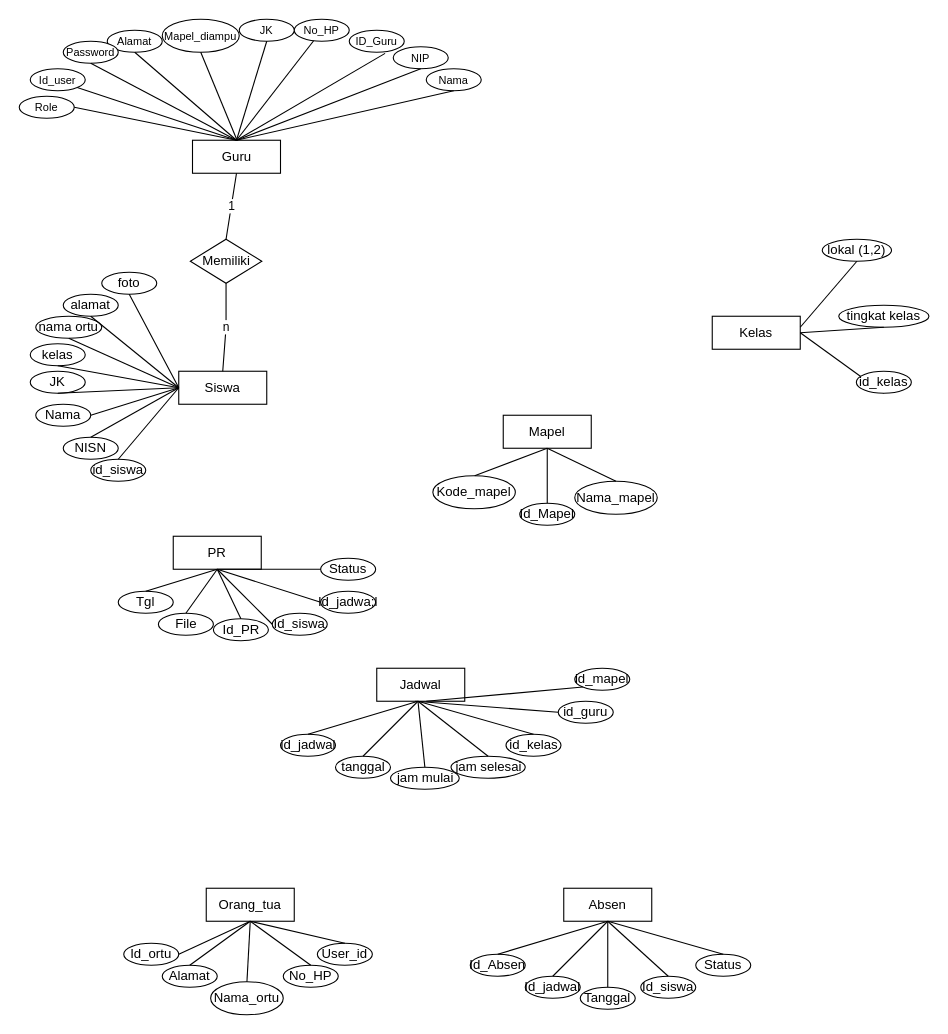
Above: page "erd" (1 of 2) of Diagram Tanpa Judul.drawio in bayudani/diagram (draw.io), before the change. Source tidied: cells renumbered, new cells numbered last; positions are measured from the earlier drawing's top-left corner, leaving out a move shared by most shapes. Both pictures are drawn from the tidied source at 110%, with x=0, y=0 at pixel (19, 19).
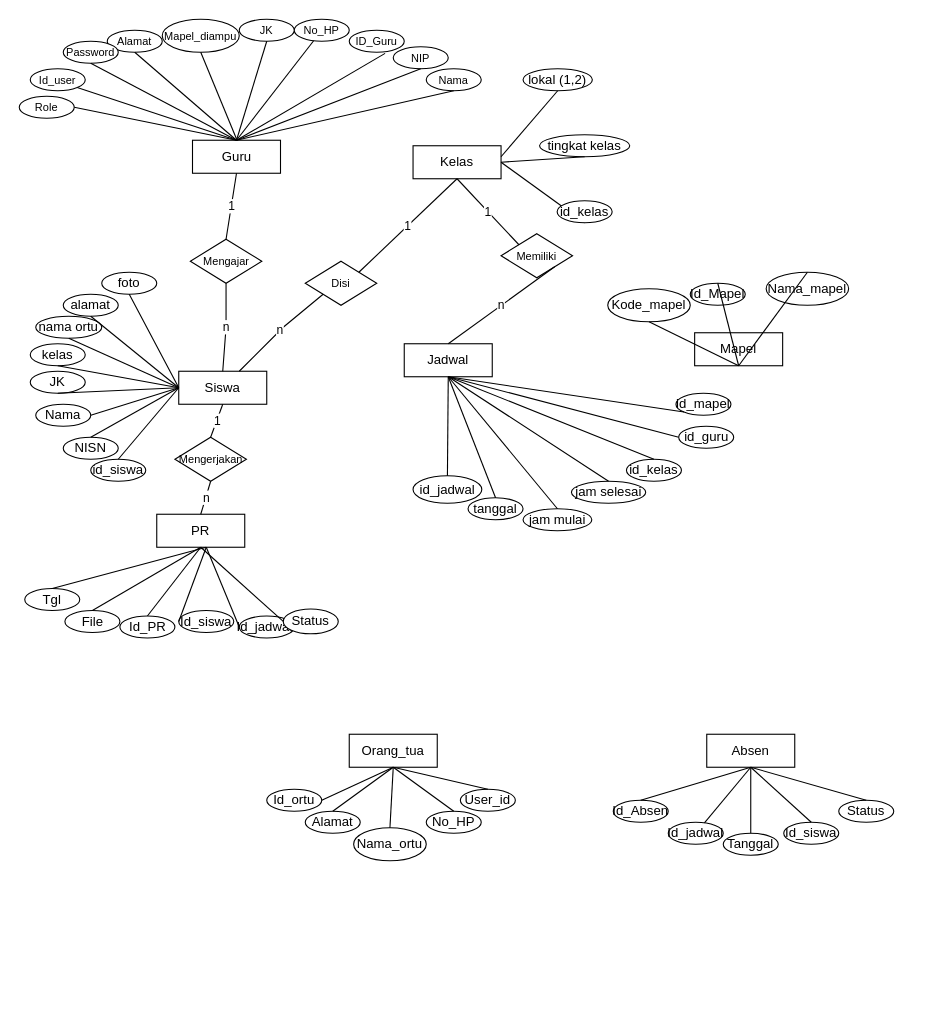
Above is the later version.

Unchanged cells that the change refers to:
```xml
<mxCell id="2" value="Siswa" style="rounded=0;whiteSpace=wrap;html=1;" parent="1" vertex="1">
  <mxGeometry x="145" y="320" width="80" height="30" as="geometry" />
</mxCell>
```

The edit, as a diff of the source:
```diff
@@
     <mxCell id="4" value="Orang_tua" style="rounded=0;whiteSpace=wrap;html=1;" parent="1" vertex="1">
-      <mxGeometry x="170" y="790" width="80" height="30" as="geometry" />
+      <mxGeometry x="300" y="650" width="80" height="30" as="geometry" />
     </mxCell>
     <mxCell id="5" value="Jadwal" style="rounded=0;whiteSpace=wrap;html=1;" parent="1" vertex="1">
-      <mxGeometry x="325" y="590" width="80" height="30" as="geometry" />
+      <mxGeometry x="350" y="295" width="80" height="30" as="geometry" />
     </mxCell>
     <mxCell id="6" value="Kelas" style="rounded=0;whiteSpace=wrap;html=1;" parent="1" vertex="1">
-      <mxGeometry x="630" y="270" width="80" height="30" as="geometry" />
+      <mxGeometry x="358" y="115" width="80" height="30" as="geometry" />
     </mxCell>
     <mxCell id="7" value="Mapel" style="rounded=0;whiteSpace=wrap;html=1;" parent="1" vertex="1">
-      <mxGeometry x="440" y="360" width="80" height="30" as="geometry" />
+      <mxGeometry x="614" y="285" width="80" height="30" as="geometry" />
     </mxCell>
     <mxCell id="8" value="PR" style="rounded=0;whiteSpace=wrap;html=1;" parent="1" vertex="1">
-      <mxGeometry x="140" y="470" width="80" height="30" as="geometry" />
+      <mxGeometry x="125" y="450" width="80" height="30" as="geometry" />
     </mxCell>
     <mxCell id="9" value="Absen" style="rounded=0;whiteSpace=wrap;html=1;" parent="1" vertex="1">
-      <mxGeometry x="495" y="790" width="80" height="30" as="geometry" />
+      <mxGeometry x="625" y="650" width="80" height="30" as="geometry" />
     </mxCell>
@@
     <mxCell id="46" value="tingkat kelas" style="ellipse;whiteSpace=wrap;html=1;" parent="1" vertex="1">
-      <mxGeometry x="745" y="260" width="82" height="20" as="geometry" />
+      <mxGeometry x="473" y="105" width="82" height="20" as="geometry" />
     </mxCell>
     <mxCell id="47" value="Id_Mapel" style="ellipse;whiteSpace=wrap;html=1;" parent="1" vertex="1">
-      <mxGeometry x="455" y="440" width="50" height="20" as="geometry" />
+      <mxGeometry x="610" y="240" width="50" height="20" as="geometry" />
     </mxCell>
     <mxCell id="48" value="lokal (1,2)" style="ellipse;whiteSpace=wrap;html=1;" parent="1" vertex="1">
-      <mxGeometry x="730" y="200" width="63" height="20" as="geometry" />
+      <mxGeometry x="458" y="45" width="63" height="20" as="geometry" />
     </mxCell>
     <mxCell id="49" value="Nama_mapel" style="ellipse;whiteSpace=wrap;html=1;" parent="1" vertex="1">
-      <mxGeometry x="505" y="420" width="75" height="30" as="geometry" />
+      <mxGeometry x="679" y="230" width="75" height="30" as="geometry" />
     </mxCell>
@@
     <mxCell id="51" value="Kode_mapel" style="ellipse;whiteSpace=wrap;html=1;" parent="1" vertex="1">
-      <mxGeometry x="376" y="415" width="75" height="30" as="geometry" />
+      <mxGeometry x="535" y="245" width="75" height="30" as="geometry" />
     </mxCell>
     <mxCell id="52" style="endArrow=none;html=1;rounded=0;entryX=0.5;entryY=1;entryDx=0;entryDy=0;" parent="1" edge="1" target="48">
       <mxGeometry relative="1" as="geometry">
-        <mxPoint x="710" y="280" as="sourcePoint" />
+        <mxPoint x="438" y="125" as="sourcePoint" />
       </mxGeometry>
     </mxCell>
-    <mxCell id="53" style="endArrow=none;html=1;rounded=0;entryX=0.5;entryY=1;entryDx=0;entryDy=0;exitX=0;exitY=0.5;exitDx=0;exitDy=0;" parent="1" edge="1" target="7">
-      <mxGeometry relative="1" as="geometry">
-        <mxPoint x="414" y="415" as="sourcePoint" />
-      </mxGeometry>
+    <mxCell id="53" style="endArrow=none;html=1;rounded=0;entryX=0.5;entryY=1;entryDx=0;entryDy=0;exitX=0.5;exitY=1;exitDx=0;exitDy=0;" parent="1" edge="1" source="51" target="7">
+      <mxGeometry relative="1" as="geometry" />
     </mxCell>
     <mxCell id="54" style="endArrow=none;html=1;rounded=0;exitX=0.5;exitY=1;exitDx=0;exitDy=0;" parent="1" edge="1" source="46">
       <mxGeometry relative="1" as="geometry">
-        <mxPoint x="710" y="285" as="targetPoint" />
+        <mxPoint x="438" y="130" as="targetPoint" />
       </mxGeometry>
     </mxCell>
@@
     <mxCell id="56" value="id_kelas" style="ellipse;whiteSpace=wrap;html=1;" parent="1" vertex="1">
-      <mxGeometry x="761" y="320" width="50" height="20" as="geometry" />
+      <mxGeometry x="489" y="165" width="50" height="20" as="geometry" />
     </mxCell>
@@
     <mxCell id="58" value="Id_PR" style="ellipse;whiteSpace=wrap;html=1;" parent="1" vertex="1">
-      <mxGeometry x="176.5" y="545" width="50" height="20" as="geometry" />
+      <mxGeometry x="91.5" y="542.5" width="50" height="20" as="geometry" />
     </mxCell>
     <mxCell id="59" value="File" style="ellipse;whiteSpace=wrap;html=1;" parent="1" vertex="1">
-      <mxGeometry x="126.5" y="540" width="50" height="20" as="geometry" />
+      <mxGeometry x="41.5" y="537.5" width="50" height="20" as="geometry" />
     </mxCell>
@@
     <mxCell id="62" value="Id_Absen" style="ellipse;whiteSpace=wrap;html=1;" parent="1" vertex="1">
-      <mxGeometry x="410" y="850" width="50" height="20" as="geometry" />
+      <mxGeometry x="540" y="710" width="50" height="20" as="geometry" />
     </mxCell>
     <mxCell id="63" value="Id_siswa" style="ellipse;whiteSpace=wrap;html=1;" parent="1" vertex="1">
-      <mxGeometry x="565" y="870" width="50" height="20" as="geometry" />
+      <mxGeometry x="695" y="730" width="50" height="20" as="geometry" />
     </mxCell>
     <mxCell id="64" value="Id_jadwal" style="ellipse;whiteSpace=wrap;html=1;" parent="1" vertex="1">
-      <mxGeometry x="460" y="870" width="50" height="20" as="geometry" />
+      <mxGeometry x="590" y="730" width="50" height="20" as="geometry" />
     </mxCell>
     <mxCell id="65" value="Tanggal" style="ellipse;whiteSpace=wrap;html=1;" parent="1" vertex="1">
-      <mxGeometry x="510" y="880" width="50" height="20" as="geometry" />
+      <mxGeometry x="640" y="740" width="50" height="20" as="geometry" />
     </mxCell>
     <mxCell id="66" value="Status" style="ellipse;whiteSpace=wrap;html=1;" parent="1" vertex="1">
-      <mxGeometry x="615" y="850" width="50" height="20" as="geometry" />
+      <mxGeometry x="745" y="710" width="50" height="20" as="geometry" />
     </mxCell>
@@
-    <mxCell id="68" style="endArrow=none;html=1;rounded=0;entryX=0.5;entryY=1;entryDx=0;entryDy=0;exitX=0.5;exitY=0;exitDx=0;exitDy=0;" parent="1" edge="1" source="64" target="9">
+    <mxCell id="68" style="endArrow=none;html=1;rounded=0;entryX=0.5;entryY=1;entryDx=0;entryDy=0;" parent="1" edge="1" source="64" target="9">
       <mxGeometry relative="1" as="geometry" />
     </mxCell>
@@
     <mxCell id="72" value="id_jadwal" style="ellipse;whiteSpace=wrap;html=1;" parent="1" vertex="1">
-      <mxGeometry x="237.5" y="650" width="50" height="20" as="geometry" />
+      <mxGeometry x="358" y="415" width="62.5" height="25" as="geometry" />
     </mxCell>
     <mxCell id="73" value="Id_ortu" style="ellipse;whiteSpace=wrap;html=1;" parent="1" vertex="1">
-      <mxGeometry x="95" y="840" width="50" height="20" as="geometry" />
+      <mxGeometry x="225" y="700" width="50" height="20" as="geometry" />
     </mxCell>
     <mxCell id="74" value="jam selesai" style="ellipse;whiteSpace=wrap;html=1;" parent="1" vertex="1">
-      <mxGeometry x="392.5" y="670" width="67.5" height="20" as="geometry" />
+      <mxGeometry x="502" y="420" width="67.5" height="20" as="geometry" />
     </mxCell>
     <mxCell id="75" value="User_id" style="ellipse;whiteSpace=wrap;html=1;" parent="1" vertex="1">
-      <mxGeometry x="271" y="840" width="50" height="20" as="geometry" />
+      <mxGeometry x="401" y="700" width="50" height="20" as="geometry" />
     </mxCell>
     <mxCell id="76" value="tanggal" style="ellipse;whiteSpace=wrap;html=1;" parent="1" vertex="1">
-      <mxGeometry x="287.5" y="670" width="50" height="20" as="geometry" />
+      <mxGeometry x="408" y="435" width="50" height="20" as="geometry" />
     </mxCell>
     <mxCell id="77" value="Nama_ortu" style="ellipse;whiteSpace=wrap;html=1;" parent="1" vertex="1">
-      <mxGeometry x="174" y="875" width="66" height="30" as="geometry" />
+      <mxGeometry x="304" y="735" width="66" height="30" as="geometry" />
     </mxCell>
     <mxCell id="78" value="jam mulai" style="ellipse;whiteSpace=wrap;html=1;" parent="1" vertex="1">
-      <mxGeometry x="337.5" y="680" width="62.5" height="20" as="geometry" />
+      <mxGeometry x="458" y="445" width="62.5" height="20" as="geometry" />
     </mxCell>
     <mxCell id="79" value="No_HP" style="ellipse;whiteSpace=wrap;html=1;" parent="1" vertex="1">
-      <mxGeometry x="240" y="860" width="50" height="20" as="geometry" />
+      <mxGeometry x="370" y="720" width="50" height="20" as="geometry" />
     </mxCell>
     <mxCell id="80" value="id_kelas" style="ellipse;whiteSpace=wrap;html=1;" parent="1" vertex="1">
-      <mxGeometry x="442.5" y="650" width="50" height="20" as="geometry" />
+      <mxGeometry x="552" y="400" width="50" height="20" as="geometry" />
     </mxCell>
     <mxCell id="81" value="Alamat" style="ellipse;whiteSpace=wrap;html=1;" parent="1" vertex="1">
-      <mxGeometry x="130" y="860" width="50" height="20" as="geometry" />
+      <mxGeometry x="260" y="720" width="50" height="20" as="geometry" />
     </mxCell>
-    <mxCell id="82" style="endArrow=none;html=1;rounded=0;entryX=0.5;entryY=1;entryDx=0;entryDy=0;exitX=0.5;exitY=0;exitDx=0;exitDy=0;" parent="1" edge="1" source="72">
-      <mxGeometry relative="1" as="geometry">
-        <mxPoint x="362.5" y="620" as="targetPoint" />
-      </mxGeometry>
+    <mxCell id="82" style="endArrow=none;html=1;rounded=0;entryX=0.5;entryY=1;entryDx=0;entryDy=0;exitX=0.5;exitY=0;exitDx=0;exitDy=0;" parent="1" edge="1" source="72" target="5">
+      <mxGeometry relative="1" as="geometry" />
     </mxCell>
@@
-    <mxCell id="84" style="endArrow=none;html=1;rounded=0;entryX=0.5;entryY=1;entryDx=0;entryDy=0;exitX=0.5;exitY=0;exitDx=0;exitDy=0;" parent="1" edge="1" source="76">
-      <mxGeometry relative="1" as="geometry">
-        <mxPoint x="362.5" y="620" as="targetPoint" />
-      </mxGeometry>
+    <mxCell id="84" style="endArrow=none;html=1;rounded=0;entryX=0.5;entryY=1;entryDx=0;entryDy=0;exitX=0.5;exitY=0;exitDx=0;exitDy=0;" parent="1" edge="1" source="76" target="5">
+      <mxGeometry relative="1" as="geometry" />
     </mxCell>
@@
-    <mxCell id="86" style="endArrow=none;html=1;rounded=0;entryX=0.5;entryY=1;entryDx=0;entryDy=0;exitX=0.5;exitY=0;exitDx=0;exitDy=0;" parent="1" edge="1" source="78">
-      <mxGeometry relative="1" as="geometry">
-        <mxPoint x="362.5" y="620" as="targetPoint" />
-      </mxGeometry>
+    <mxCell id="86" style="endArrow=none;html=1;rounded=0;entryX=0.5;entryY=1;entryDx=0;entryDy=0;exitX=0.5;exitY=0;exitDx=0;exitDy=0;" parent="1" edge="1" source="78" target="5">
+      <mxGeometry relative="1" as="geometry" />
     </mxCell>
@@
-    <mxCell id="88" style="endArrow=none;html=1;rounded=0;entryX=0.5;entryY=1;entryDx=0;entryDy=0;exitX=0.5;exitY=0;exitDx=0;exitDy=0;" parent="1" edge="1" source="74">
-      <mxGeometry relative="1" as="geometry">
-        <mxPoint x="362.5" y="620" as="targetPoint" />
-      </mxGeometry>
+    <mxCell id="88" style="endArrow=none;html=1;rounded=0;entryX=0.5;entryY=1;entryDx=0;entryDy=0;exitX=0.5;exitY=0;exitDx=0;exitDy=0;" parent="1" edge="1" source="74" target="5">
+      <mxGeometry relative="1" as="geometry" />
     </mxCell>
@@
-    <mxCell id="90" style="endArrow=none;html=1;rounded=0;entryX=0.5;entryY=1;entryDx=0;entryDy=0;exitX=0.5;exitY=0;exitDx=0;exitDy=0;" parent="1" edge="1" source="80">
-      <mxGeometry relative="1" as="geometry">
-        <mxPoint x="362.5" y="620" as="targetPoint" />
-      </mxGeometry>
+    <mxCell id="90" style="endArrow=none;html=1;rounded=0;entryX=0.5;entryY=1;entryDx=0;entryDy=0;exitX=0.5;exitY=0;exitDx=0;exitDy=0;" parent="1" edge="1" source="80" target="5">
+      <mxGeometry relative="1" as="geometry" />
     </mxCell>
@@
-    <mxCell id="92" style="endArrow=none;html=1;rounded=0;exitX=0;exitY=0.5;exitDx=0;exitDy=0;" parent="1" edge="1" source="94">
-      <mxGeometry relative="1" as="geometry">
-        <mxPoint x="360" y="620" as="targetPoint" />
-      </mxGeometry>
+    <mxCell id="92" style="endArrow=none;html=1;rounded=0;exitX=0;exitY=0.5;exitDx=0;exitDy=0;entryX=0.5;entryY=1;entryDx=0;entryDy=0;" parent="1" edge="1" source="94" target="5">
+      <mxGeometry relative="1" as="geometry" />
     </mxCell>
     <mxCell id="93" value="id_mapel" style="ellipse;whiteSpace=wrap;html=1;" parent="1" vertex="1">
-      <mxGeometry x="505" y="590" width="50" height="20" as="geometry" />
+      <mxGeometry x="597" y="340" width="50" height="20" as="geometry" />
     </mxCell>
     <mxCell id="94" value="id_guru" style="ellipse;whiteSpace=wrap;html=1;" parent="1" vertex="1">
-      <mxGeometry x="490" y="620" width="50" height="20" as="geometry" />
+      <mxGeometry x="599.5" y="370" width="50" height="20" as="geometry" />
     </mxCell>
-    <mxCell id="95" style="endArrow=none;html=1;rounded=0;exitX=0;exitY=1;exitDx=0;exitDy=0;" parent="1" edge="1" source="93">
-      <mxGeometry relative="1" as="geometry">
-        <mxPoint x="370" y="620" as="targetPoint" />
-      </mxGeometry>
+    <mxCell id="95" style="endArrow=none;html=1;rounded=0;exitX=0;exitY=1;exitDx=0;exitDy=0;entryX=0.5;entryY=1;entryDx=0;entryDy=0;" parent="1" edge="1" source="93" target="5">
+      <mxGeometry relative="1" as="geometry" />
     </mxCell>
     <mxCell id="96" value="Id_siswa" style="ellipse;whiteSpace=wrap;html=1;" parent="1" vertex="1">
-      <mxGeometry x="230" y="540" width="50" height="20" as="geometry" />
+      <mxGeometry x="145" y="537.5" width="50" height="20" as="geometry" />
     </mxCell>
     <mxCell id="97" value="Id_jadwa;l" style="ellipse;whiteSpace=wrap;html=1;" parent="1" vertex="1">
-      <mxGeometry x="274" y="520" width="50" height="20" as="geometry" />
+      <mxGeometry x="200" y="542.5" width="50" height="20" as="geometry" />
     </mxCell>
     <mxCell id="98" style="endArrow=none;html=1;rounded=0;exitX=0;exitY=0.5;exitDx=0;exitDy=0;" parent="1" edge="1" source="96">
       <mxGeometry relative="1" as="geometry">
-        <mxPoint x="180" y="500" as="targetPoint" />
+        <mxPoint x="170" y="480" as="targetPoint" />
       </mxGeometry>
     </mxCell>
     <mxCell id="99" style="endArrow=none;html=1;rounded=0;exitX=0;exitY=0.5;exitDx=0;exitDy=0;" parent="1" edge="1" source="97">
       <mxGeometry relative="1" as="geometry">
-        <mxPoint x="180" y="500" as="targetPoint" />
+        <mxPoint x="170" y="480" as="targetPoint" />
       </mxGeometry>
     </mxCell>
     <mxCell id="100" value="Tgl" style="ellipse;whiteSpace=wrap;html=1;" parent="1" vertex="1">
-      <mxGeometry x="90" y="520" width="50" height="20" as="geometry" />
+      <mxGeometry x="5" y="517.5" width="50" height="20" as="geometry" />
     </mxCell>
     <mxCell id="101" style="endArrow=none;html=1;rounded=0;exitX=0.5;exitY=0;exitDx=0;exitDy=0;" parent="1" edge="1" source="100">
       <mxGeometry relative="1" as="geometry">
-        <mxPoint x="180" y="500" as="targetPoint" />
+        <mxPoint x="170" y="480" as="targetPoint" />
       </mxGeometry>
     </mxCell>
     <mxCell id="102" value="Status" style="ellipse;whiteSpace=wrap;html=1;" parent="1" vertex="1">
-      <mxGeometry x="274" y="490" width="50" height="20" as="geometry" />
+      <mxGeometry x="240" y="536.2" width="50" height="22.5" as="geometry" />
     </mxCell>
-    <mxCell id="103" style="endArrow=none;html=1;rounded=0;exitX=0;exitY=0.5;exitDx=0;exitDy=0;" parent="1" edge="1" source="102">
-      <mxGeometry relative="1" as="geometry">
-        <mxPoint x="180" y="500" as="targetPoint" />
-      </mxGeometry>
+    <mxCell id="103" style="endArrow=none;html=1;rounded=0;exitX=0;exitY=0.5;exitDx=0;exitDy=0;entryX=0.5;entryY=1;entryDx=0;entryDy=0;" parent="1" edge="1" source="102" target="8">
+      <mxGeometry relative="1" as="geometry" />
     </mxCell>
-    <mxCell id="104" value="Memiliki" style="rhombus;whiteSpace=wrap;html=1;" parent="1" vertex="1">
+    <mxCell id="104" value="Mengajar" style="rhombus;whiteSpace=wrap;html=1;fontSize=10;" parent="1" vertex="1">
       <mxGeometry x="155.5" y="200" width="65" height="40" as="geometry" />
     </mxCell>
@@
+    <mxCell id="107" value="1" style="endArrow=none;html=1;rounded=0;entryX=0.5;entryY=1;entryDx=0;entryDy=0;exitX=0.5;exitY=0;exitDx=0;exitDy=0;" parent="1" edge="1" source="108" target="2">
+      <mxGeometry relative="1" as="geometry" />
+    </mxCell>
+    <mxCell id="108" value="&lt;font style=&quot;font-size: 10px;&quot;&gt;Mengerjakan&lt;/font&gt;" style="rhombus;whiteSpace=wrap;html=1;" parent="1" vertex="1">
+      <mxGeometry x="141.5" y="380" width="65" height="40" as="geometry" />
+    </mxCell>
+    <mxCell id="109" value="n" style="endArrow=none;html=1;rounded=0;entryX=0.5;entryY=1;entryDx=0;entryDy=0;exitX=0.5;exitY=0;exitDx=0;exitDy=0;" parent="1" edge="1" source="8" target="108">
+      <mxGeometry relative="1" as="geometry" />
+    </mxCell>
+    <mxCell id="110" value="Disi" style="rhombus;whiteSpace=wrap;html=1;fontSize=10;" parent="1" vertex="1">
+      <mxGeometry x="260" y="220" width="65" height="40" as="geometry" />
+    </mxCell>
+    <mxCell id="111" value="1" style="endArrow=none;html=1;rounded=0;entryX=1;entryY=0;entryDx=0;entryDy=0;exitX=0.5;exitY=1;exitDx=0;exitDy=0;" parent="1" edge="1" source="6" target="110">
+      <mxGeometry relative="1" as="geometry" />
+    </mxCell>
+    <mxCell id="112" value="n" style="endArrow=none;html=1;rounded=0;exitX=0;exitY=1;exitDx=0;exitDy=0;" parent="1" edge="1" source="110" target="2">
+      <mxGeometry relative="1" as="geometry">
+        <Array as="points">
+          <mxPoint x="240" y="280" />
+        </Array>
+      </mxGeometry>
+    </mxCell>
+    <mxCell id="113" value="Memiliki" style="rhombus;whiteSpace=wrap;html=1;fontSize=10;" parent="1" vertex="1">
+      <mxGeometry x="438" y="195" width="65" height="40" as="geometry" />
+    </mxCell>
+    <mxCell id="114" value="1" style="endArrow=none;html=1;rounded=0;entryX=0;entryY=0;entryDx=0;entryDy=0;exitX=0.5;exitY=1;exitDx=0;exitDy=0;" parent="1" edge="1" source="6" target="113">
+      <mxGeometry relative="1" as="geometry" />
+    </mxCell>
+    <mxCell id="115" value="n" style="endArrow=none;html=1;rounded=0;entryX=0.5;entryY=0;entryDx=0;entryDy=0;exitX=1;exitY=1;exitDx=0;exitDy=0;" parent="1" edge="1" source="113" target="5">
+      <mxGeometry relative="1" as="geometry" />
+    </mxCell>
```
